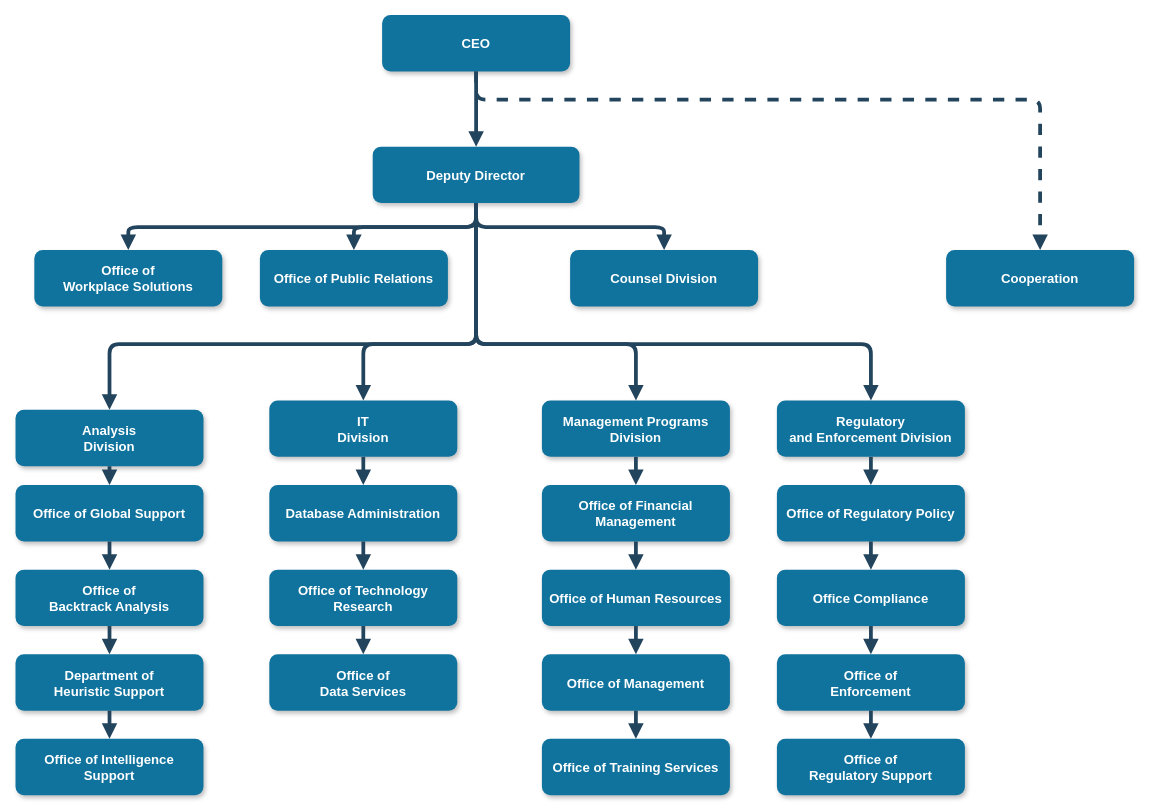
The draw.io diagram Untitled Diagram.drawio in ppp-203/ppp-203, before the edit. Source tidied: cells renumbered, new cells numbered last; positions are measured from the earlier drawing's top-left corner, leaving out a move shared by most shapes. Both pictures are drawn from the tidied source at 94%, with x=0, y=0 at pixel (15, 15).
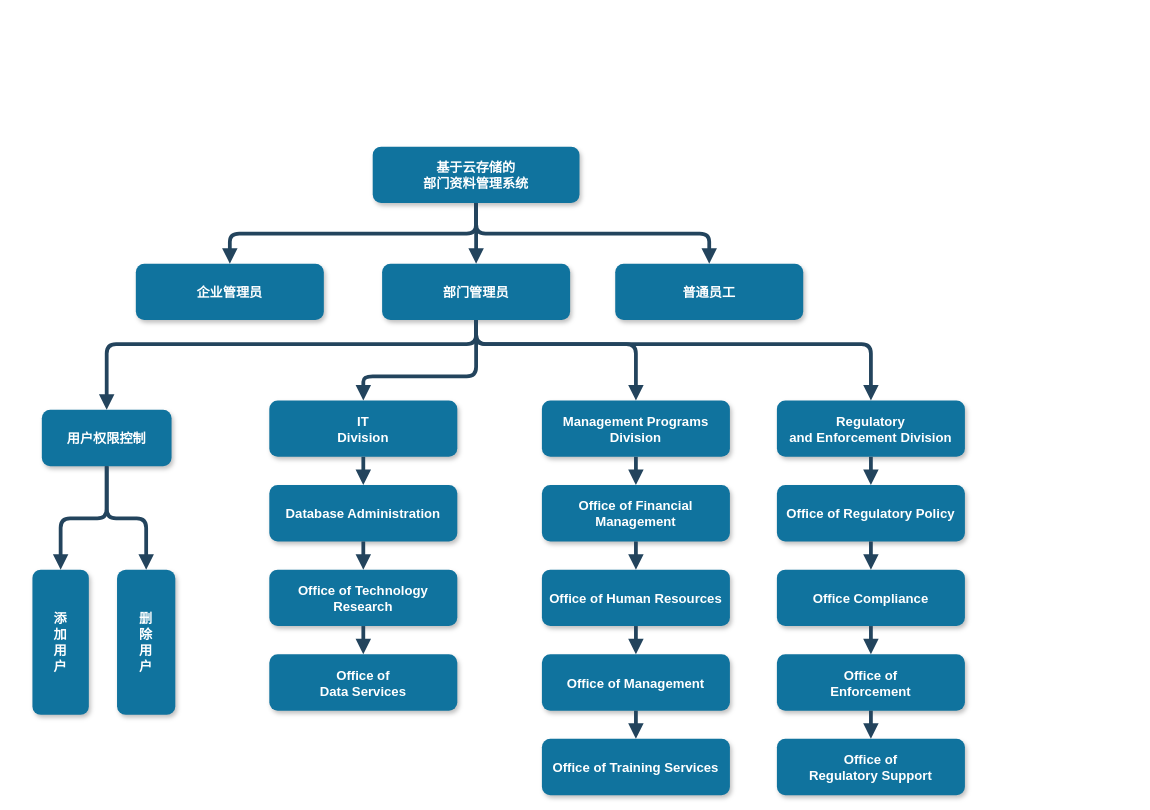
Above is the later version.

The change refers to these unchanged cells:
```xml
<mxCell id="13" value="IT&#10;Division" style="rounded=1;fillColor=#10739E;strokeColor=none;shadow=1;gradientColor=none;fontStyle=1;fontColor=#FFFFFF;fontSize=14;" parent="1" vertex="1">
  <mxGeometry x="270" y="409.5" width="200" height="60" as="geometry" />
</mxCell>
<mxCell id="17" value="Management Programs &#10;Division" style="rounded=1;fillColor=#10739E;strokeColor=none;shadow=1;gradientColor=none;fontStyle=1;fontColor=#FFFFFF;fontSize=14;" parent="1" vertex="1">
  <mxGeometry x="560" y="409.5" width="200" height="60" as="geometry" />
</mxCell>
<mxCell id="22" value="Regulatory &#10;and Enforcement Division" style="rounded=1;fillColor=#10739E;strokeColor=none;shadow=1;gradientColor=none;fontStyle=1;fontColor=#FFFFFF;fontSize=14;" parent="1" vertex="1">
  <mxGeometry x="810" y="409.5" width="200" height="60" as="geometry" />
</mxCell>
```

Diff of the diagram source:
```diff
@@
-    <mxCell id="2" value="CEO" style="rounded=1;fillColor=#10739E;strokeColor=none;shadow=1;gradientColor=none;fontStyle=1;fontColor=#FFFFFF;fontSize=14;" parent="1" vertex="1">
-      <mxGeometry x="390" y="-0.5" width="200" height="60" as="geometry" />
-    </mxCell>
-    <mxCell id="3" value="Deputy Director" style="rounded=1;fillColor=#10739E;strokeColor=none;shadow=1;gradientColor=none;fontStyle=1;fontColor=#FFFFFF;fontSize=14;" parent="1" vertex="1">
+    <mxCell id="3" value="基于云存储的&#10;部门资料管理系统" style="rounded=1;fillColor=#10739E;strokeColor=none;shadow=1;gradientColor=none;fontStyle=1;fontColor=#FFFFFF;fontSize=14;" parent="1" vertex="1">
       <mxGeometry x="380" y="139.5" width="220" height="60" as="geometry" />
     </mxCell>
-    <mxCell id="4" value="Office of &#10;Workplace Solutions" style="rounded=1;fillColor=#10739E;strokeColor=none;shadow=1;gradientColor=none;fontStyle=1;fontColor=#FFFFFF;fontSize=14;" parent="1" vertex="1">
-      <mxGeometry x="20" y="249.5" width="200" height="60" as="geometry" />
+    <mxCell id="4" value="企业管理员" style="rounded=1;fillColor=#10739E;strokeColor=none;shadow=1;gradientColor=none;fontStyle=1;fontColor=#FFFFFF;fontSize=14;" parent="1" vertex="1">
+      <mxGeometry x="128" y="264" width="200" height="60" as="geometry" />
     </mxCell>
-    <mxCell id="5" value="Office of Public Relations" style="rounded=1;fillColor=#10739E;strokeColor=none;shadow=1;gradientColor=none;fontStyle=1;fontColor=#FFFFFF;fontSize=14;" parent="1" vertex="1">
-      <mxGeometry x="260" y="249.5" width="200" height="60" as="geometry" />
+    <mxCell id="5" value="部门管理员" style="rounded=1;fillColor=#10739E;strokeColor=none;shadow=1;gradientColor=none;fontStyle=1;fontColor=#FFFFFF;fontSize=14;" parent="1" vertex="1">
+      <mxGeometry x="390" y="264" width="200" height="60" as="geometry" />
     </mxCell>
-    <mxCell id="6" value="Counsel Division" style="rounded=1;fillColor=#10739E;strokeColor=none;shadow=1;gradientColor=none;fontStyle=1;fontColor=#FFFFFF;fontSize=14;" parent="1" vertex="1">
-      <mxGeometry x="590" y="249.5" width="200" height="60" as="geometry" />
+    <mxCell id="6" value="普通员工" style="rounded=1;fillColor=#10739E;strokeColor=none;shadow=1;gradientColor=none;fontStyle=1;fontColor=#FFFFFF;fontSize=14;" parent="1" vertex="1">
+      <mxGeometry x="638" y="264" width="200" height="60" as="geometry" />
     </mxCell>
-    <mxCell id="7" value="Cooperation" style="rounded=1;fillColor=#10739E;strokeColor=none;shadow=1;gradientColor=none;fontStyle=1;fontColor=#FFFFFF;fontSize=14;" parent="1" vertex="1">
-      <mxGeometry x="990" y="249.5" width="200" height="60" as="geometry" />
-    </mxCell>
-    <mxCell id="8" value="Analysis &#10;Division" style="rounded=1;fillColor=#10739E;strokeColor=none;shadow=1;gradientColor=none;fontStyle=1;fontColor=#FFFFFF;fontSize=14;" parent="1" vertex="1">
-      <mxGeometry y="419.5" width="200" height="60" as="geometry" />
+    <mxCell id="8" value="用户权限控制" style="rounded=1;fillColor=#10739E;strokeColor=none;shadow=1;gradientColor=none;fontStyle=1;fontColor=#FFFFFF;fontSize=14;" parent="1" vertex="1">
+      <mxGeometry x="28" y="419.5" width="138" height="60" as="geometry" />
     </mxCell>
-    <mxCell id="9" value="Office of Global Support" style="rounded=1;fillColor=#10739E;strokeColor=none;shadow=1;gradientColor=none;fontStyle=1;fontColor=#FFFFFF;fontSize=14;" parent="1" vertex="1">
-      <mxGeometry y="499.5" width="200" height="60" as="geometry" />
+    <mxCell id="9" value="添&#10;加&#10;用&#10;户" style="rounded=1;fillColor=#10739E;strokeColor=none;shadow=1;gradientColor=none;fontStyle=1;fontColor=#FFFFFF;fontSize=14;" parent="1" vertex="1">
+      <mxGeometry x="18" y="589.5" width="60" height="154.5" as="geometry" />
     </mxCell>
-    <mxCell id="10" value="Office of &#10;Backtrack Analysis" style="rounded=1;fillColor=#10739E;strokeColor=none;shadow=1;gradientColor=none;fontStyle=1;fontColor=#FFFFFF;fontSize=14;" parent="1" vertex="1">
-      <mxGeometry y="589.5" width="200" height="60" as="geometry" />
+    <mxCell id="10" value="删&#10;除&#10;用&#10;户" style="rounded=1;fillColor=#10739E;strokeColor=none;shadow=1;gradientColor=none;fontStyle=1;fontColor=#FFFFFF;fontSize=14;" parent="1" vertex="1">
+      <mxGeometry x="108" y="589.5" width="62" height="154.5" as="geometry" />
     </mxCell>
-    <mxCell id="11" value="Department of &#10;Heuristic Support" style="rounded=1;fillColor=#10739E;strokeColor=none;shadow=1;gradientColor=none;fontStyle=1;fontColor=#FFFFFF;fontSize=14;" parent="1" vertex="1">
-      <mxGeometry y="679.5" width="200" height="60" as="geometry" />
-    </mxCell>
-    <mxCell id="12" value="Office of Intelligence &#10;Support" style="rounded=1;fillColor=#10739E;strokeColor=none;shadow=1;gradientColor=none;fontStyle=1;fontColor=#FFFFFF;fontSize=14;" parent="1" vertex="1">
-      <mxGeometry y="769.5" width="200" height="60" as="geometry" />
-    </mxCell>
@@
-    <mxCell id="27" style="edgeStyle=elbowEdgeStyle;elbow=vertical;strokeWidth=4;endArrow=block;endFill=1;fontStyle=1;strokeColor=#23445D;" parent="1" edge="1" source="2" target="3">
-      <mxGeometry x="22" y="165.5" as="geometry" />
-    </mxCell>
@@
-    <mxCell id="31" style="edgeStyle=elbowEdgeStyle;elbow=vertical;strokeWidth=4;endArrow=block;endFill=1;fontStyle=1;dashed=1;strokeColor=#23445D;" parent="1" edge="1" source="2" target="7">
-      <mxGeometry x="22" y="165.5" as="geometry">
-        <Array as="points">
-          <mxPoint x="780" y="89.5" />
-        </Array>
-      </mxGeometry>
-    </mxCell>
-    <mxCell id="32" style="edgeStyle=elbowEdgeStyle;elbow=vertical;strokeWidth=4;endArrow=block;endFill=1;fontStyle=1;strokeColor=#23445D;" parent="1" edge="1" source="3" target="8">
+    <mxCell id="32" style="edgeStyle=elbowEdgeStyle;elbow=vertical;strokeWidth=4;endArrow=block;endFill=1;fontStyle=1;strokeColor=#23445D;exitX=0.5;exitY=1;exitDx=0;exitDy=0;" parent="1" edge="1" source="5" target="8">
       <mxGeometry x="22" y="165.5" as="geometry">
         <Array as="points">
           <mxPoint x="270" y="349.5" />
         </Array>
       </mxGeometry>
     </mxCell>
-    <mxCell id="33" style="edgeStyle=elbowEdgeStyle;elbow=vertical;strokeWidth=4;endArrow=block;endFill=1;fontStyle=1;strokeColor=#23445D;" parent="1" edge="1" source="3" target="22">
+    <mxCell id="33" style="edgeStyle=elbowEdgeStyle;elbow=vertical;strokeWidth=4;endArrow=block;endFill=1;fontStyle=1;strokeColor=#23445D;exitX=0.5;exitY=1;exitDx=0;exitDy=0;" parent="1" edge="1" source="5" target="22">
       <mxGeometry x="22" y="165.5" as="geometry">
         <Array as="points">
           <mxPoint x="690" y="349.5" />
         </Array>
       </mxGeometry>
     </mxCell>
@@
-    <mxCell id="35" style="edgeStyle=elbowEdgeStyle;elbow=vertical;strokeWidth=4;endArrow=block;endFill=1;fontStyle=1;strokeColor=#23445D;" parent="1" edge="1" source="9" target="10">
+    <mxCell id="35" style="edgeStyle=elbowEdgeStyle;elbow=vertical;strokeWidth=4;endArrow=block;endFill=1;fontStyle=1;strokeColor=#23445D;exitX=0.5;exitY=1;exitDx=0;exitDy=0;" parent="1" edge="1" source="8" target="10">
       <mxGeometry x="62" y="175.5" as="geometry" />
     </mxCell>
-    <mxCell id="36" style="edgeStyle=elbowEdgeStyle;elbow=vertical;strokeWidth=4;endArrow=block;endFill=1;fontStyle=1;strokeColor=#23445D;" parent="1" edge="1" source="10" target="11">
-      <mxGeometry x="62" y="185.5" as="geometry" />
-    </mxCell>
-    <mxCell id="37" style="edgeStyle=elbowEdgeStyle;elbow=vertical;strokeWidth=4;endArrow=block;endFill=1;fontStyle=1;strokeColor=#23445D;" parent="1" edge="1" source="11" target="12">
-      <mxGeometry x="62" y="195.5" as="geometry" />
-    </mxCell>
@@
-    <mxCell id="49" style="edgeStyle=elbowEdgeStyle;elbow=vertical;strokeWidth=4;endArrow=block;endFill=1;fontStyle=1;strokeColor=#23445D;" parent="1" edge="1" source="3" target="13">
+    <mxCell id="49" style="edgeStyle=elbowEdgeStyle;elbow=vertical;strokeWidth=4;endArrow=block;endFill=1;fontStyle=1;strokeColor=#23445D;exitX=0.5;exitY=1;exitDx=0;exitDy=0;entryX=0.5;entryY=0;entryDx=0;entryDy=0;" parent="1" edge="1" source="5" target="13">
       <mxGeometry x="22" y="165.5" as="geometry">
         <Array as="points">
+          <mxPoint x="360" y="384" />
           <mxPoint x="370" y="349.5" />
         </Array>
       </mxGeometry>
     </mxCell>
-    <mxCell id="50" style="edgeStyle=elbowEdgeStyle;elbow=vertical;strokeWidth=4;endArrow=block;endFill=1;fontStyle=1;strokeColor=#23445D;" parent="1" edge="1" source="3" target="17">
+    <mxCell id="50" style="edgeStyle=elbowEdgeStyle;elbow=vertical;strokeWidth=4;endArrow=block;endFill=1;fontStyle=1;strokeColor=#23445D;exitX=0.5;exitY=1;exitDx=0;exitDy=0;" parent="1" edge="1" source="5" target="17">
       <mxGeometry x="22" y="165.5" as="geometry">
         <Array as="points">
           <mxPoint x="660" y="349.5" />
         </Array>
       </mxGeometry>
     </mxCell>
```
